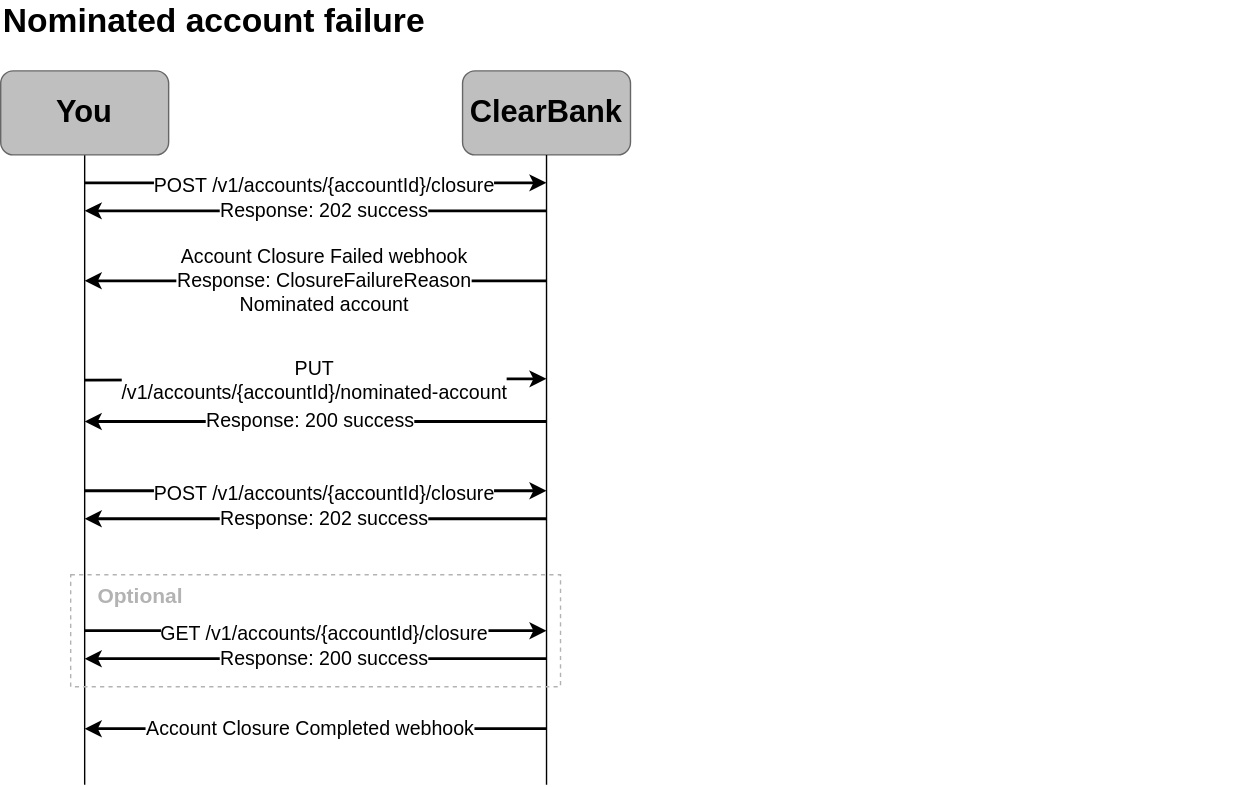
Before: static/assets/images/savings-account-close-fail-nominated-account.svg, a diagram exported from draw.io (clearbank/clearbank.github.io). Source tidied: cells renumbered, new cells last; positions are measured from the earlier drawing's top-left corner, leaving out a move shared by most shapes.
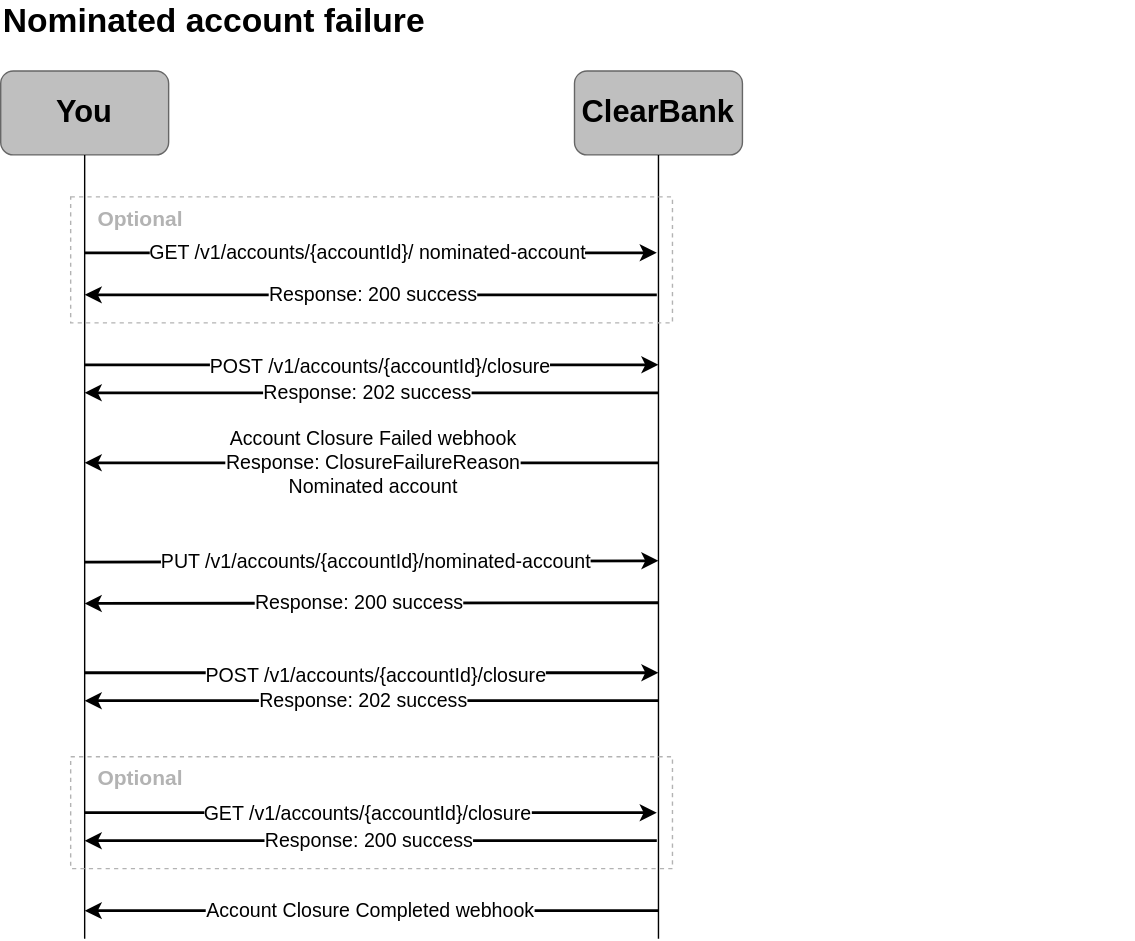
After the commit.

Commit message:
add get nominated account endpoint and update account closure failed webhook

The edit, as a diff of the source:
```diff
@@ -3,145 +3,171 @@
     <mxCell id="0" />
     <mxCell id="1" parent="0" />
     <mxCell id="2" value="ClearBank" style="rounded=1;whiteSpace=wrap;html=1;strokeColor=#666666;fillColor=#BFBFBF;gradientColor=none;fontFamily=Arial;fontStyle=1;fontSize=22;" parent="1" vertex="1">
-      <mxGeometry x="330" y="50" width="120" height="60" as="geometry" />
+      <mxGeometry x="410" y="50" width="120" height="60" as="geometry" />
     </mxCell>
-    <mxCell id="3" style="edgeStyle=orthogonalEdgeStyle;rounded=0;jettySize=auto;html=1;endArrow=none;endFill=0;exitX=0.5;exitY=1;exitDx=0;exitDy=0;fontFamily=Arial;fontSize=13;" parent="1" edge="1" source="2">
-      <mxGeometry relative="1" as="geometry">
-        <mxPoint x="390" y="560" as="targetPoint" />
-      </mxGeometry>
-    </mxCell>
-    <mxCell id="4" style="edgeStyle=orthogonalEdgeStyle;rounded=0;jettySize=auto;html=1;endArrow=none;endFill=0;fontFamily=Arial;fontSize=13;exitX=0.5;exitY=1;exitDx=0;exitDy=0;" parent="1" edge="1" source="5">
-      <mxGeometry relative="1" as="geometry">
-        <mxPoint x="60" y="560" as="targetPoint" />
-      </mxGeometry>
-    </mxCell>
     <mxCell id="5" value="You" style="rounded=1;whiteSpace=wrap;html=1;strokeColor=#666666;fillColor=#BFBFBF;gradientColor=none;fontFamily=Arial;fontStyle=1;fontSize=22;" parent="1" vertex="1">
       <mxGeometry y="50" width="120" height="60" as="geometry" />
     </mxCell>
-    <mxCell id="6" style="endArrow=classic;html=1;rounded=0;strokeWidth=2;fontFamily=Arial;fontSize=14;" parent="1" edge="1">
-      <mxGeometry relative="1" as="geometry">
-        <mxPoint x="60" y="130" as="sourcePoint" />
-        <mxPoint x="390" y="130" as="targetPoint" />
-      </mxGeometry>
-    </mxCell>
-    <mxCell id="7" value="POST /v1/accounts/{accountId}/closure" style="edgeLabel;html=1;align=center;verticalAlign=middle;fontFamily=Arial;fontSize=14;" parent="6" vertex="1">
-      <mxGeometry x="0.09" y="-1" relative="1" as="geometry">
-        <mxPoint x="-9" as="offset" />
-      </mxGeometry>
-    </mxCell>
-    <mxCell id="8" style="endArrow=classic;html=1;rounded=0;strokeWidth=2;fontFamily=Arial;fontSize=13;" parent="1" edge="1">
-      <mxGeometry relative="1" as="geometry">
-        <mxPoint x="390" y="150" as="sourcePoint" />
-        <mxPoint x="60" y="150" as="targetPoint" />
-      </mxGeometry>
-    </mxCell>
-    <mxCell id="9" value="Response: 202 success" style="edgeLabel;html=1;align=center;verticalAlign=middle;fontFamily=Arial;fontSize=14;" parent="8" vertex="1">
-      <mxGeometry x="0.09" y="-1" relative="1" as="geometry">
-        <mxPoint x="19" as="offset" />
-      </mxGeometry>
-    </mxCell>
-    <mxCell id="10" style="endArrow=classic;html=1;rounded=0;strokeWidth=2;fontFamily=Arial;fontSize=13;entryX=0;entryY=1;entryDx=0;entryDy=0;" parent="1" edge="1">
-      <mxGeometry relative="1" as="geometry">
-        <mxPoint x="60" y="271" as="sourcePoint" />
-        <mxPoint x="390" y="270" as="targetPoint" />
-      </mxGeometry>
-    </mxCell>
+    <mxCell id="14" style="rounded=0;whiteSpace=wrap;html=1;strokeColor=none;fontFamily=Arial;fontSize=13;" parent="1" vertex="1">
+      <mxGeometry x="120" y="30" width="120" height="20" as="geometry" />
+    </mxCell>
+    <mxCell id="27" value="Nominated account failure" style="text;html=1;align=left;verticalAlign=middle;whiteSpace=wrap;rounded=0;fontColor=#000000;fontStyle=1;fontSize=24;fontFamily=Arial;" parent="1" vertex="1">
+      <mxGeometry width="350" height="30" as="geometry" />
+    </mxCell>
+    <mxCell id="30" style="rounded=0;whiteSpace=wrap;html=1;fillColor=none;strokeColor=none;" parent="1" vertex="1">
+      <mxGeometry x="530" y="120" width="280" height="130" as="geometry" />
+    </mxCell>
+    <mxCell id="31" style="edgeStyle=orthogonalEdgeStyle;rounded=0;orthogonalLoop=1;jettySize=auto;html=1;endArrow=none;endFill=0;exitX=0.5;exitY=1;exitDx=0;exitDy=0;fontFamily=Arial;fontSize=13;" parent="1" edge="1">
+      <mxGeometry relative="1" as="geometry">
+        <mxPoint x="470" y="110" as="sourcePoint" />
+        <mxPoint x="470" y="670" as="targetPoint" />
+      </mxGeometry>
+    </mxCell>
+    <mxCell id="32" style="edgeStyle=orthogonalEdgeStyle;rounded=0;orthogonalLoop=1;jettySize=auto;html=1;endArrow=none;endFill=0;fontFamily=Arial;fontSize=13;exitX=0.5;exitY=1;exitDx=0;exitDy=0;" parent="1" edge="1">
+      <mxGeometry relative="1" as="geometry">
+        <mxPoint x="60" y="110" as="sourcePoint" />
+        <mxPoint x="60" y="670" as="targetPoint" />
+      </mxGeometry>
+    </mxCell>
+    <mxCell id="33" style="endArrow=classic;html=1;rounded=0;strokeWidth=2;fontFamily=Arial;fontSize=14;" parent="1" edge="1">
+      <mxGeometry relative="1" as="geometry">
+        <mxPoint x="60" y="260" as="sourcePoint" />
+        <mxPoint x="470" y="260" as="targetPoint" />
+      </mxGeometry>
+    </mxCell>
+    <mxCell id="34" value="POST /v1/accounts/{accountId}/closure" style="edgeLabel;html=1;align=center;verticalAlign=middle;fontFamily=Arial;fontSize=14;" parent="33" vertex="1">
+      <mxGeometry x="0.09" y="-1" relative="1" as="geometry">
+        <mxPoint x="-13" y="-1" as="offset" />
+      </mxGeometry>
+    </mxCell>
+    <mxCell id="35" style="endArrow=classic;html=1;rounded=0;strokeWidth=2;fontFamily=Arial;fontSize=13;" parent="1" edge="1">
+      <mxGeometry relative="1" as="geometry">
+        <mxPoint x="470" y="280" as="sourcePoint" />
+        <mxPoint x="60" y="280" as="targetPoint" />
+      </mxGeometry>
+    </mxCell>
+    <mxCell id="36" value="Response: 202 success" style="edgeLabel;html=1;align=center;verticalAlign=middle;fontFamily=Arial;fontSize=14;" parent="35" vertex="1">
+      <mxGeometry x="0.09" y="-1" relative="1" as="geometry">
+        <mxPoint x="14" as="offset" />
+      </mxGeometry>
+    </mxCell>
+    <mxCell id="37" style="endArrow=classic;html=1;rounded=0;strokeWidth=2;fontFamily=Arial;fontSize=13;" parent="1" edge="1">
+      <mxGeometry relative="1" as="geometry">
+        <mxPoint x="60" y="401" as="sourcePoint" />
+        <mxPoint x="470" y="400" as="targetPoint" />
+      </mxGeometry>
+    </mxCell>
-    <mxCell id="11" value="PUT&lt;br style=&quot;font-size: 14px;&quot;&gt;/v1/accounts/{accountId}/nominated-account" style="edgeLabel;html=1;align=center;verticalAlign=middle;fontFamily=Arial;fontSize=14;" parent="10" vertex="1">
+    <mxCell id="11" value="PUT /v1/accounts/{accountId}/nominated-account" style="edgeLabel;html=1;align=center;verticalAlign=middle;fontFamily=Arial;fontSize=14;" parent="37" vertex="1">
       <mxGeometry x="0.09" y="-1" relative="1" as="geometry">
         <mxPoint x="-16" y="-1" as="offset" />
       </mxGeometry>
     </mxCell>
-    <mxCell id="12" style="endArrow=classic;html=1;rounded=0;strokeWidth=2;fontFamily=Arial;fontSize=13;" parent="1" edge="1">
-      <mxGeometry relative="1" as="geometry">
-        <mxPoint x="390" y="300.5" as="sourcePoint" />
-        <mxPoint x="60" y="300.5" as="targetPoint" />
-      </mxGeometry>
-    </mxCell>
-    <mxCell id="13" value="Response: 200 success" style="edgeLabel;html=1;align=center;verticalAlign=middle;fontFamily=Arial;fontSize=14;" parent="12" vertex="1">
-      <mxGeometry x="0.09" y="-1" relative="1" as="geometry">
-        <mxPoint x="9" as="offset" />
-      </mxGeometry>
-    </mxCell>
-    <mxCell id="14" style="rounded=0;whiteSpace=wrap;html=1;strokeColor=none;fontFamily=Arial;fontSize=13;" parent="1" vertex="1">
-      <mxGeometry x="120" y="30" width="120" height="20" as="geometry" />
-    </mxCell>
-    <mxCell id="15" style="endArrow=classic;html=1;rounded=0;strokeWidth=2;fontFamily=Arial;fontSize=13;" parent="1" edge="1">
-      <mxGeometry relative="1" as="geometry">
-        <mxPoint x="390" y="520" as="sourcePoint" />
-        <mxPoint x="60" y="520" as="targetPoint" />
-      </mxGeometry>
-    </mxCell>
+    <mxCell id="38" style="endArrow=classic;html=1;rounded=0;strokeWidth=2;fontFamily=Arial;fontSize=13;" parent="1" edge="1">
+      <mxGeometry relative="1" as="geometry">
+        <mxPoint x="470" y="430" as="sourcePoint" />
+        <mxPoint x="60" y="430.5" as="targetPoint" />
+      </mxGeometry>
+    </mxCell>
+    <mxCell id="39" value="Response: 200 success" style="edgeLabel;html=1;align=center;verticalAlign=middle;fontFamily=Arial;fontSize=14;" parent="38" vertex="1">
+      <mxGeometry x="0.09" y="-1" relative="1" as="geometry">
+        <mxPoint x="9" as="offset" />
+      </mxGeometry>
+    </mxCell>
+    <mxCell id="40" style="endArrow=classic;html=1;rounded=0;strokeWidth=2;fontFamily=Arial;fontSize=13;" parent="1" edge="1">
+      <mxGeometry relative="1" as="geometry">
+        <mxPoint x="470" y="650" as="sourcePoint" />
+        <mxPoint x="60" y="650" as="targetPoint" />
+      </mxGeometry>
+    </mxCell>
-    <mxCell id="16" value="Account Closure Completed webhook" style="edgeLabel;html=1;align=center;verticalAlign=middle;fontFamily=Arial;fontSize=14;" parent="15" vertex="1">
+    <mxCell id="16" value="Account Closure Completed webhook" style="edgeLabel;html=1;align=center;verticalAlign=middle;fontFamily=Arial;fontSize=14;" parent="40" vertex="1">
       <mxGeometry x="0.09" y="-1" relative="1" as="geometry">
-        <mxPoint x="9" as="offset" />
+        <mxPoint x="16" as="offset" />
       </mxGeometry>
     </mxCell>
-    <mxCell id="17" style="rounded=0;whiteSpace=wrap;html=1;fillColor=none;strokeColor=#B3B3B3;dashed=1;strokeWidth=1;fontFamily=Arial;" parent="1" vertex="1">
-      <mxGeometry x="50" y="410" width="350" height="80" as="geometry" />
-    </mxCell>
-    <mxCell id="18" style="endArrow=classic;html=1;rounded=0;strokeWidth=2;fontFamily=Arial;fontSize=13;" parent="1" edge="1">
-      <mxGeometry relative="1" as="geometry">
-        <mxPoint x="60" y="450" as="sourcePoint" />
-        <mxPoint x="390" y="450" as="targetPoint" />
-      </mxGeometry>
-    </mxCell>
+    <mxCell id="41" style="rounded=0;whiteSpace=wrap;html=1;fillColor=none;strokeColor=#B3B3B3;dashed=1;strokeWidth=1;fontFamily=Arial;" parent="1" vertex="1">
+      <mxGeometry x="50" y="540" width="430" height="80" as="geometry" />
+    </mxCell>
+    <mxCell id="42" style="endArrow=classic;html=1;rounded=0;strokeWidth=2;fontFamily=Arial;fontSize=13;entryX=0.974;entryY=0.5;entryDx=0;entryDy=0;entryPerimeter=0;" parent="1" edge="1" target="41">
+      <mxGeometry relative="1" as="geometry">
+        <mxPoint x="60" y="580" as="sourcePoint" />
+      </mxGeometry>
+    </mxCell>
-    <mxCell id="19" value="GET /v1/accounts/{accountId}/closure" style="edgeLabel;html=1;align=center;verticalAlign=middle;fontFamily=Arial;fontSize=14;" parent="18" vertex="1">
+    <mxCell id="19" value="GET /v1/accounts/{accountId}/closure" style="edgeLabel;html=1;align=center;verticalAlign=middle;fontFamily=Arial;fontSize=14;" parent="42" vertex="1">
       <mxGeometry x="0.09" y="-1" relative="1" as="geometry">
-        <mxPoint x="-9" as="offset" />
+        <mxPoint x="-21" y="-1" as="offset" />
       </mxGeometry>
     </mxCell>
-    <mxCell id="20" style="endArrow=classic;html=1;rounded=0;strokeWidth=2;fontFamily=Arial;fontSize=13;" parent="1" edge="1">
-      <mxGeometry relative="1" as="geometry">
-        <mxPoint x="390" y="470" as="sourcePoint" />
-        <mxPoint x="60" y="470" as="targetPoint" />
-      </mxGeometry>
-    </mxCell>
-    <mxCell id="21" value="Response: 200 success" style="edgeLabel;html=1;align=center;verticalAlign=middle;fontFamily=Arial;fontSize=14;" parent="20" vertex="1">
-      <mxGeometry x="0.09" y="-1" relative="1" as="geometry">
-        <mxPoint x="19" as="offset" />
-      </mxGeometry>
-    </mxCell>
-    <mxCell id="22" value="Optional" style="text;html=1;align=center;verticalAlign=middle;whiteSpace=wrap;rounded=0;fontColor=#B3B3B3;fontStyle=1;fontSize=15;fontFamily=Arial;" parent="1" vertex="1">
-      <mxGeometry x="70" y="410" width="60" height="30" as="geometry" />
-    </mxCell>
-    <mxCell id="23" style="endArrow=classic;html=1;rounded=0;strokeWidth=2;fontFamily=Arial;fontSize=13;" parent="1" edge="1">
-      <mxGeometry relative="1" as="geometry">
-        <mxPoint x="60" y="350" as="sourcePoint" />
-        <mxPoint x="390" y="350" as="targetPoint" />
-      </mxGeometry>
-    </mxCell>
-    <mxCell id="24" value="POST /v1/accounts/{accountId}/closure" style="edgeLabel;html=1;align=center;verticalAlign=middle;fontFamily=Arial;fontSize=14;" parent="23" vertex="1">
-      <mxGeometry x="0.09" y="-1" relative="1" as="geometry">
-        <mxPoint x="-9" as="offset" />
-      </mxGeometry>
-    </mxCell>
-    <mxCell id="25" style="endArrow=classic;html=1;rounded=0;strokeWidth=2;fontFamily=Arial;fontSize=13;" parent="1" edge="1">
-      <mxGeometry relative="1" as="geometry">
-        <mxPoint x="390" y="370" as="sourcePoint" />
-        <mxPoint x="60" y="370" as="targetPoint" />
-      </mxGeometry>
-    </mxCell>
-    <mxCell id="26" value="Response: 202 success" style="edgeLabel;html=1;align=center;verticalAlign=middle;fontFamily=Arial;fontSize=14;" parent="25" vertex="1">
-      <mxGeometry x="0.09" y="-1" relative="1" as="geometry">
-        <mxPoint x="19" as="offset" />
-      </mxGeometry>
-    </mxCell>
-    <mxCell id="27" value="Nominated account failure" style="text;html=1;align=left;verticalAlign=middle;whiteSpace=wrap;rounded=0;fontColor=#000000;fontStyle=1;fontSize=24;fontFamily=Arial;" parent="1" vertex="1">
-      <mxGeometry width="350" height="30" as="geometry" />
-    </mxCell>
-    <mxCell id="28" style="endArrow=classic;html=1;rounded=0;strokeWidth=2;fontFamily=Arial;fontSize=13;" parent="1" edge="1">
-      <mxGeometry relative="1" as="geometry">
-        <mxPoint x="390" y="200" as="sourcePoint" />
-        <mxPoint x="60" y="200" as="targetPoint" />
-      </mxGeometry>
-    </mxCell>
+    <mxCell id="43" style="endArrow=classic;html=1;rounded=0;strokeWidth=2;fontFamily=Arial;fontSize=13;exitX=0.974;exitY=0.75;exitDx=0;exitDy=0;exitPerimeter=0;" parent="1" edge="1" source="41">
+      <mxGeometry relative="1" as="geometry">
+        <mxPoint x="60" y="600" as="targetPoint" />
+      </mxGeometry>
+    </mxCell>
+    <mxCell id="44" value="Response: 200 success" style="edgeLabel;html=1;align=center;verticalAlign=middle;fontFamily=Arial;fontSize=14;" parent="43" vertex="1">
+      <mxGeometry x="0.09" y="-1" relative="1" as="geometry">
+        <mxPoint x="16" as="offset" />
+      </mxGeometry>
+    </mxCell>
+    <mxCell id="45" value="Optional" style="text;html=1;align=center;verticalAlign=middle;whiteSpace=wrap;rounded=0;fontColor=#B3B3B3;fontStyle=1;fontSize=15;fontFamily=Arial;" parent="1" vertex="1">
+      <mxGeometry x="70" y="540" width="60" height="30" as="geometry" />
+    </mxCell>
+    <mxCell id="46" style="endArrow=classic;html=1;rounded=0;strokeWidth=2;fontFamily=Arial;fontSize=13;" parent="1" edge="1">
+      <mxGeometry relative="1" as="geometry">
+        <mxPoint x="60" y="480" as="sourcePoint" />
+        <mxPoint x="470" y="480" as="targetPoint" />
+      </mxGeometry>
+    </mxCell>
+    <mxCell id="47" value="POST /v1/accounts/{accountId}/closure" style="edgeLabel;html=1;align=center;verticalAlign=middle;fontFamily=Arial;fontSize=14;" parent="46" vertex="1">
+      <mxGeometry x="0.09" y="-1" relative="1" as="geometry">
+        <mxPoint x="-16" as="offset" />
+      </mxGeometry>
+    </mxCell>
+    <mxCell id="48" style="endArrow=classic;html=1;rounded=0;strokeWidth=2;fontFamily=Arial;fontSize=13;" parent="1" edge="1">
+      <mxGeometry relative="1" as="geometry">
+        <mxPoint x="470" y="500" as="sourcePoint" />
+        <mxPoint x="60" y="500" as="targetPoint" />
+      </mxGeometry>
+    </mxCell>
+    <mxCell id="49" value="Response: 202 success" style="edgeLabel;html=1;align=center;verticalAlign=middle;fontFamily=Arial;fontSize=14;" parent="48" vertex="1">
+      <mxGeometry x="0.09" y="-1" relative="1" as="geometry">
+        <mxPoint x="11" as="offset" />
+      </mxGeometry>
+    </mxCell>
+    <mxCell id="50" style="endArrow=classic;html=1;rounded=0;strokeWidth=2;fontFamily=Arial;fontSize=13;" parent="1" edge="1">
+      <mxGeometry relative="1" as="geometry">
+        <mxPoint x="470" y="330" as="sourcePoint" />
+        <mxPoint x="60" y="330" as="targetPoint" />
+      </mxGeometry>
+    </mxCell>
-    <mxCell id="29" value="Account Closure Failed webhook&lt;br&gt;Response: ClosureFailureReason&lt;div&gt;Nominated account&lt;/div&gt;" style="edgeLabel;html=1;align=center;verticalAlign=middle;fontFamily=Arial;fontSize=14;" parent="28" vertex="1">
+    <mxCell id="29" value="Account Closure Failed webhook&lt;br&gt;Response: ClosureFailureReason&lt;div&gt;Nominated account&lt;/div&gt;" style="edgeLabel;html=1;align=center;verticalAlign=middle;fontFamily=Arial;fontSize=14;" parent="50" vertex="1">
       <mxGeometry x="0.09" y="-1" relative="1" as="geometry">
-        <mxPoint x="19" as="offset" />
+        <mxPoint x="18" as="offset" />
       </mxGeometry>
     </mxCell>
-    <mxCell id="30" style="rounded=0;whiteSpace=wrap;html=1;fillColor=none;strokeColor=none;" parent="1" vertex="1">
-      <mxGeometry x="460" y="230" width="430" height="130" as="geometry" />
-    </mxCell>
+    <mxCell id="51" style="rounded=0;whiteSpace=wrap;html=1;fillColor=none;strokeColor=#B3B3B3;dashed=1;strokeWidth=1;fontFamily=Arial;" parent="1" vertex="1">
+      <mxGeometry x="50" y="140" width="430" height="90" as="geometry" />
+    </mxCell>
+    <mxCell id="52" style="endArrow=classic;html=1;rounded=0;strokeWidth=2;fontFamily=Arial;fontSize=13;entryX=0.974;entryY=0.444;entryDx=0;entryDy=0;entryPerimeter=0;" parent="1" edge="1" target="51">
+      <mxGeometry relative="1" as="geometry">
+        <mxPoint x="60" y="180" as="sourcePoint" />
+      </mxGeometry>
+    </mxCell>
+    <mxCell id="53" value="GET /v1/accounts/{accountId}/ nominated-account" style="edgeLabel;html=1;align=center;verticalAlign=middle;fontFamily=Arial;fontSize=14;" parent="52" vertex="1">
+      <mxGeometry x="0.09" y="-1" relative="1" as="geometry">
+        <mxPoint x="-21" y="-1" as="offset" />
+      </mxGeometry>
+    </mxCell>
+    <mxCell id="54" style="endArrow=classic;html=1;rounded=0;strokeWidth=2;fontFamily=Arial;fontSize=13;exitX=0.974;exitY=0.778;exitDx=0;exitDy=0;exitPerimeter=0;" parent="1" edge="1" source="51">
+      <mxGeometry relative="1" as="geometry">
+        <mxPoint x="60" y="210" as="targetPoint" />
+      </mxGeometry>
+    </mxCell>
+    <mxCell id="55" value="Response: 200 success" style="edgeLabel;html=1;align=center;verticalAlign=middle;fontFamily=Arial;fontSize=14;" parent="54" vertex="1">
+      <mxGeometry x="0.09" y="-1" relative="1" as="geometry">
+        <mxPoint x="19" as="offset" />
+      </mxGeometry>
+    </mxCell>
+    <mxCell id="56" value="Optional" style="text;html=1;align=center;verticalAlign=middle;whiteSpace=wrap;rounded=0;fontColor=#B3B3B3;fontStyle=1;fontSize=15;fontFamily=Arial;" parent="1" vertex="1">
+      <mxGeometry x="70" y="140" width="60" height="30" as="geometry" />
+    </mxCell>
   </root>
 </mxGraphModel>
```
